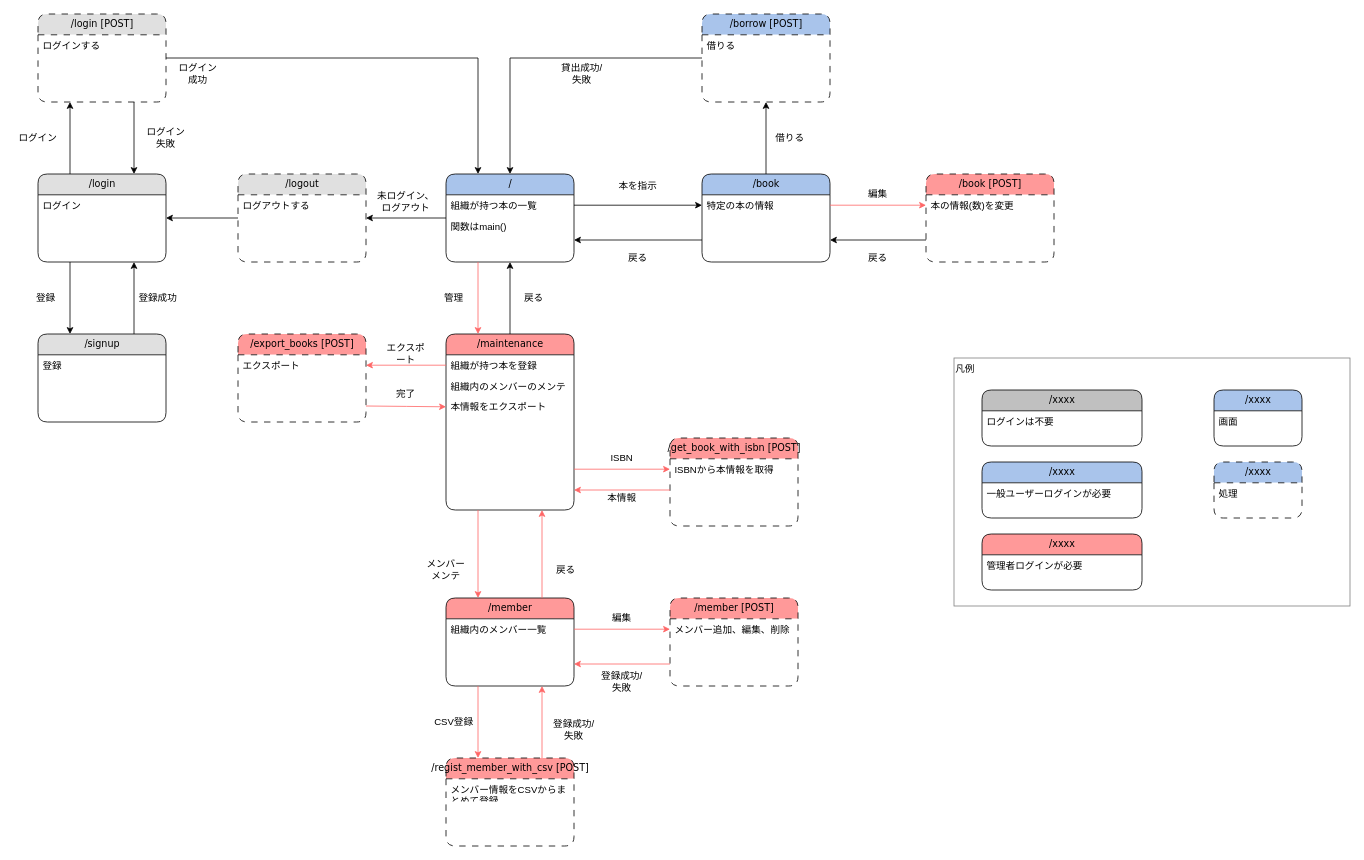
The draw.io diagram doc/screen_transition_diagram.drawio in yo16/bookshelf_2023, before the edit. Source tidied: cells renumbered, new cells numbered last; positions are measured from the earlier drawing's top-left corner, leaving out a move shared by most shapes. Both pictures are drawn from the tidied source at 80%, with x=0, y=0 at pixel (14, 14).
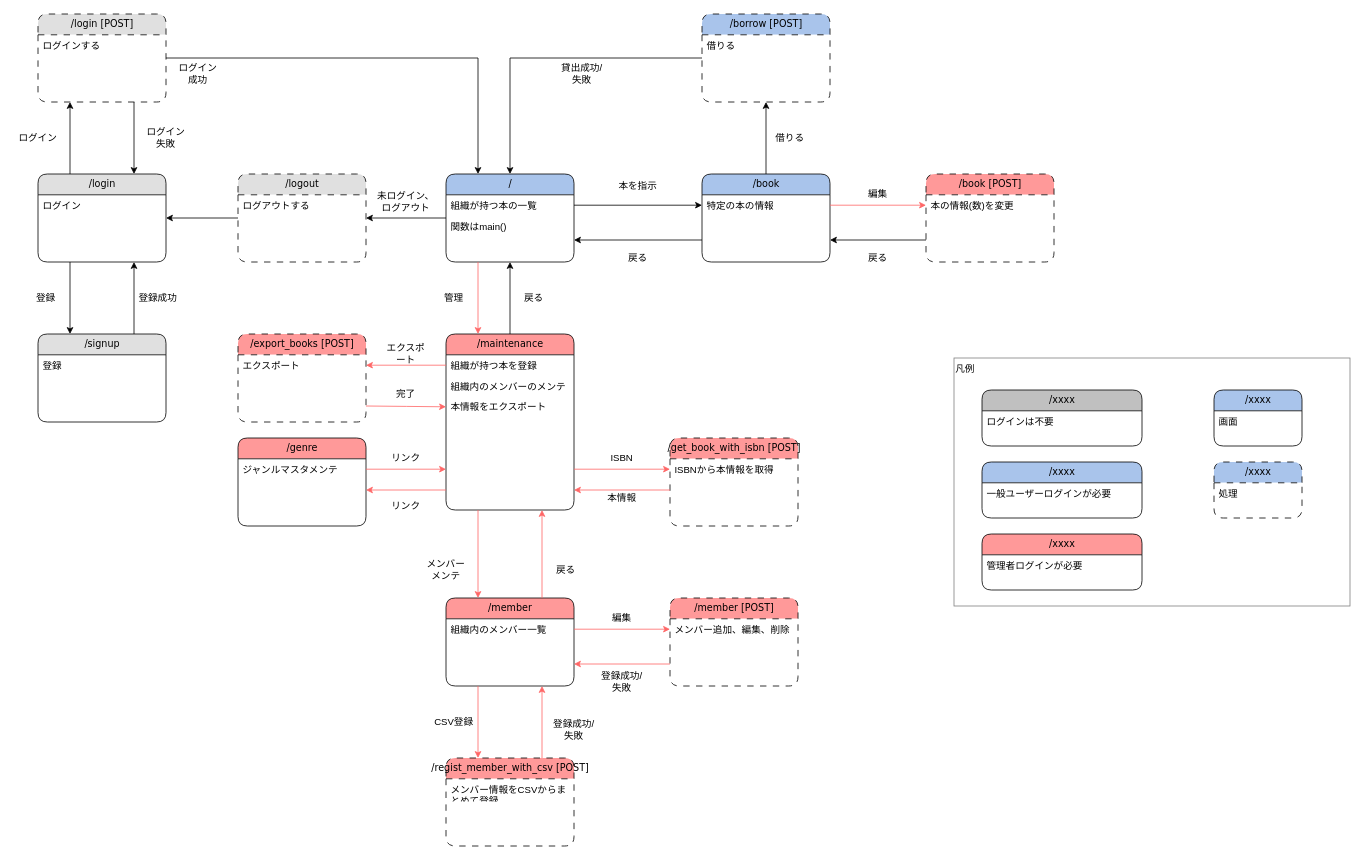
The same diagram, later.

Unchanged cells that the change refers to:
```xml
<mxCell id="29" style="text;html=1;strokeColor=none;fillColor=none;spacingLeft=4;spacingRight=4;whiteSpace=wrap;overflow=hidden;points=[[0,0.5],[1,0.5]];portConstraint=eastwest;" parent="23" vertex="1">
  <mxGeometry y="156" width="160" height="26" as="geometry" />
</mxCell>
<mxCell id="30" style="text;html=1;strokeColor=none;fillColor=none;spacingLeft=4;spacingRight=4;whiteSpace=wrap;overflow=hidden;points=[[0,0.5],[1,0.5]];portConstraint=eastwest;" parent="23" vertex="1">
  <mxGeometry y="182" width="160" height="26" as="geometry" />
</mxCell>
```

What changed in the source:
```diff
@@
+    <mxCell id="98" value="/genre" style="swimlane;html=1;fontStyle=0;horizontal=1;startSize=26;fillColor=#FF9999;swimlaneFillColor=#ffffff;align=center;rounded=1;shadow=0;comic=0;labelBackgroundColor=none;strokeWidth=1;fontFamily=Verdana;fontSize=12;" parent="1" vertex="1">
+      <mxGeometry x="280" y="530" width="160" height="110" as="geometry" />
+    </mxCell>
+    <mxCell id="99" value="ジャンルマスタメンテ" style="text;html=1;strokeColor=none;fillColor=none;spacingLeft=4;spacingRight=4;whiteSpace=wrap;overflow=hidden;points=[[0,0.5],[1,0.5]];portConstraint=eastwest;" parent="98" vertex="1">
+      <mxGeometry y="26" width="160" height="26" as="geometry" />
+    </mxCell>
+    <mxCell id="100" style="text;html=1;strokeColor=none;fillColor=none;spacingLeft=4;spacingRight=4;whiteSpace=wrap;overflow=hidden;points=[[0,0.5],[1,0.5]];portConstraint=eastwest;" parent="98" vertex="1">
+      <mxGeometry y="52" width="160" height="26" as="geometry" />
+    </mxCell>
+    <mxCell id="101" style="edgeStyle=orthogonalEdgeStyle;rounded=0;jettySize=auto;html=1;strokeColor=#FF6666;" parent="1" edge="1" source="30" target="100">
+      <mxGeometry relative="1" as="geometry" />
+    </mxCell>
+    <mxCell id="102" value="リンク" style="text;html=1;strokeColor=none;fillColor=none;align=center;verticalAlign=middle;whiteSpace=wrap;rounded=0;" parent="1" vertex="1">
+      <mxGeometry x="460" y="540" width="60" height="30" as="geometry" />
+    </mxCell>
+    <mxCell id="103" style="edgeStyle=orthogonalEdgeStyle;rounded=0;jettySize=auto;html=1;strokeColor=#FF6666;" parent="1" edge="1" source="99" target="29">
+      <mxGeometry relative="1" as="geometry" />
+    </mxCell>
+    <mxCell id="104" value="リンク" style="text;html=1;strokeColor=none;fillColor=none;align=center;verticalAlign=middle;whiteSpace=wrap;rounded=0;" parent="1" vertex="1">
+      <mxGeometry x="460" y="600" width="60" height="30" as="geometry" />
+    </mxCell>
```
